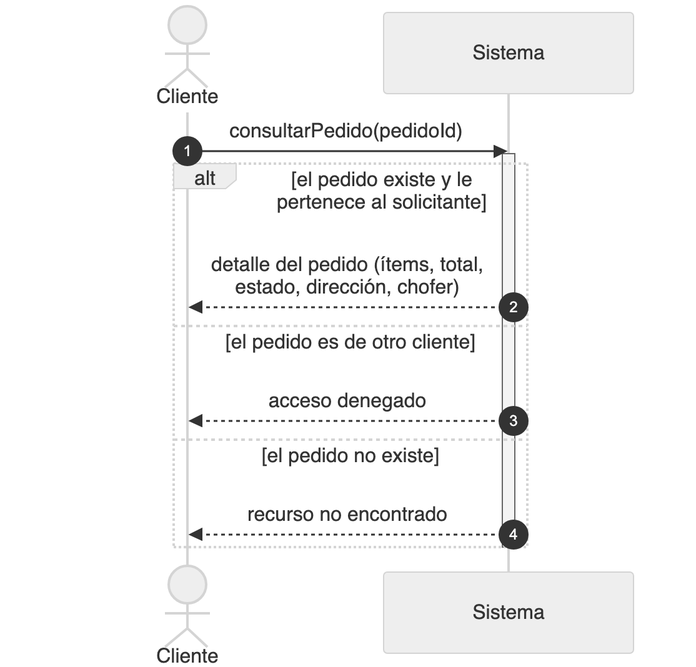
Above: diagramas/png/DSS_CU-006_Consultar-Detalle-De-Pedido.png in Nahuelito-Dev/splg-docs (Mermaid), before the change. Its source is kept beside it as diagramas/DSS_CU-006_Consultar-Detalle-De-Pedido.mmd. Source of this version:
```mermaid
sequenceDiagram
    title DSS — CU-006 Consultar Detalle De Pedido
    autonumber
    actor CLI as Cliente
    participant SIS as Sistema

    CLI->>SIS: consultarPedido(pedidoId)
    activate SIS
    alt el pedido existe y le pertenece al solicitante
        SIS-->>CLI: detalle del pedido (ítems, total, estado, dirección, chofer)
    else el pedido es de otro cliente
        SIS-->>CLI: acceso denegado
    else el pedido no existe
        SIS-->>CLI: recurso no encontrado
    end
    deactivate SIS
```
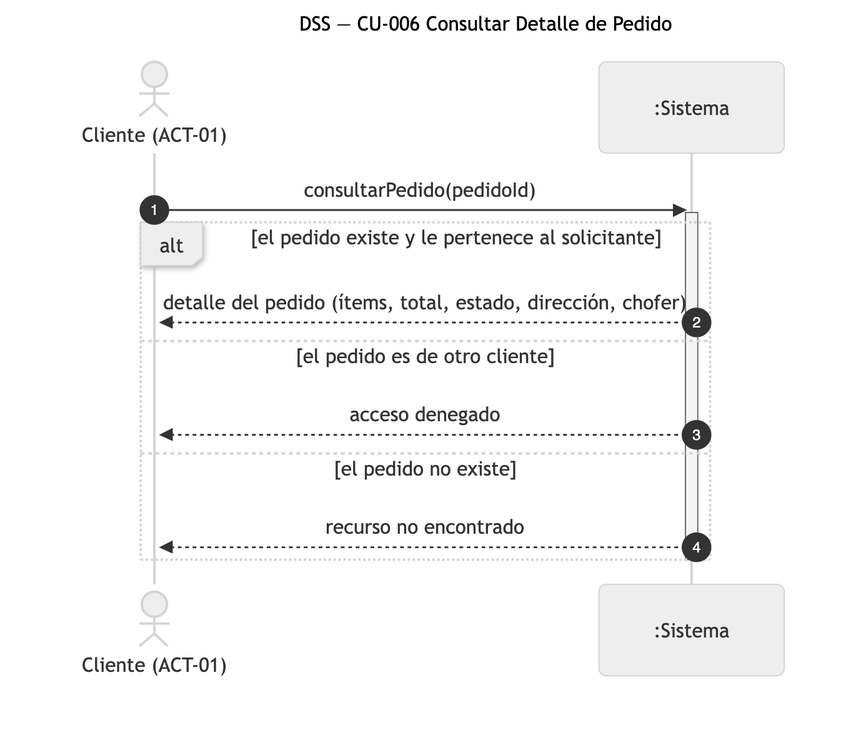
Later version of the same file.

Diff of the diagram source:
```diff
@@ -1,8 +1,8 @@
 sequenceDiagram
-    title DSS — CU-006 Consultar Detalle De Pedido
+    title DSS — CU-006 Consultar Detalle de Pedido
     autonumber
-    actor CLI as Cliente
-    participant SIS as Sistema
+    actor CLI as Cliente (ACT-01)
+    participant SIS as :Sistema
 
     CLI->>SIS: consultarPedido(pedidoId)
     activate SIS
```
